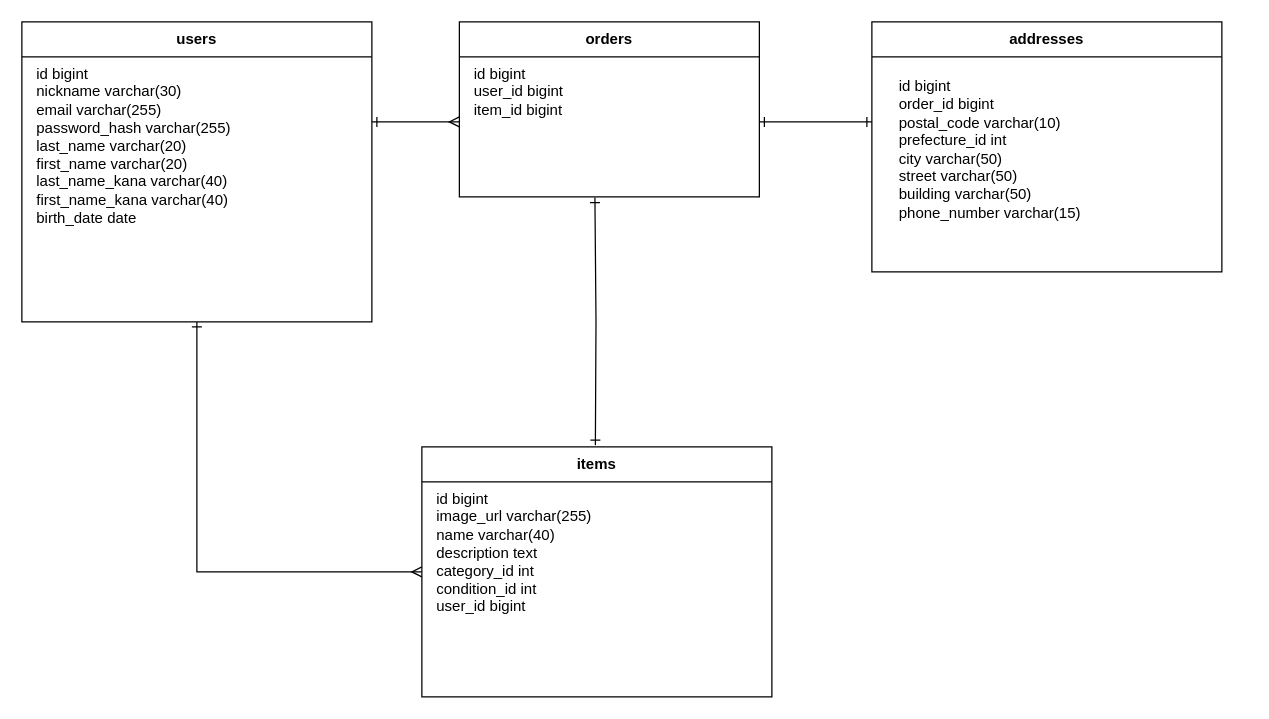
Earlier version of the draw.io diagram app/er.dio (tensyokuneko/furima-42326). Source tidied: cells renumbered, new cells numbered last; positions are measured from the earlier drawing's top-left corner, leaving out a move shared by most shapes. Both pictures are drawn from the tidied source at 125%, with x=0, y=0 at pixel (21, 21).
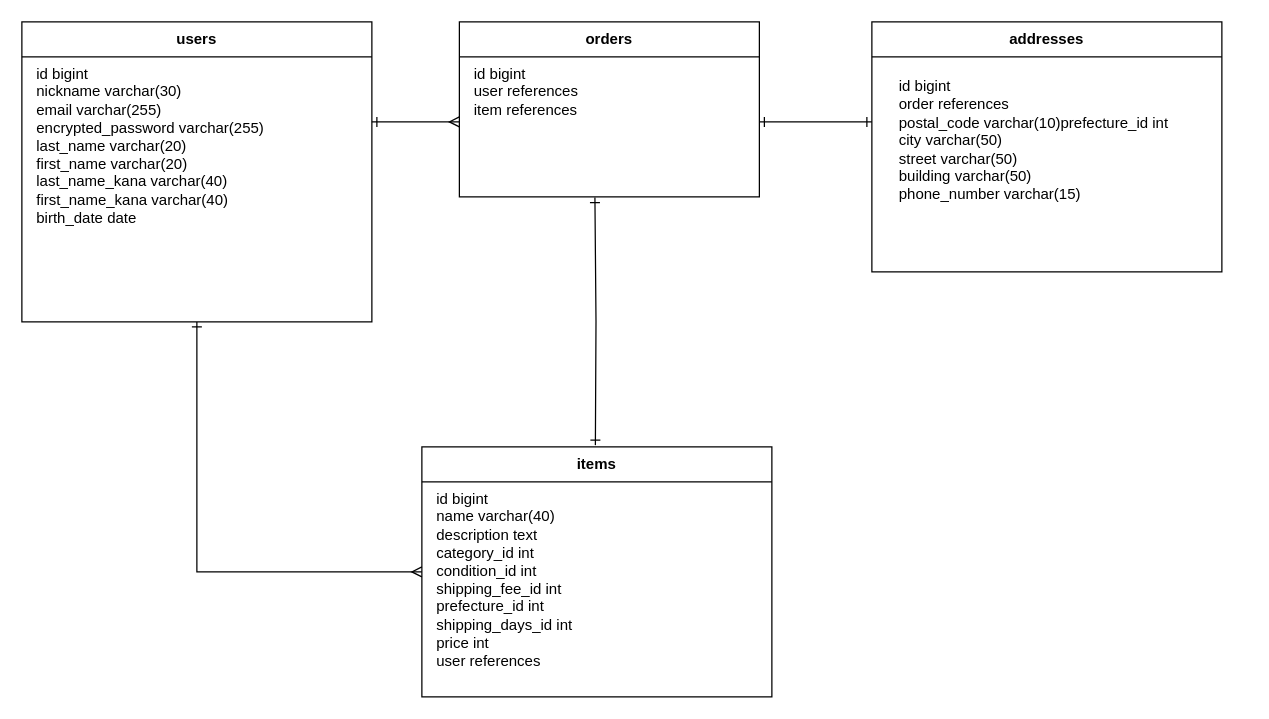
Above is the later version.

What changed in the source:
```diff
@@
 <mxGraphModel>
   <root>
     <mxCell id="0" />
     <mxCell id="1" parent="0" />
     <mxCell id="2" value="users" style="shape=swimlane;horizontal=1;rounded=0;whiteSpace=wrap;fillColor=none;strokeColor=#000000;startSize=28;fontStyle=1;" parent="1" vertex="1">
       <mxGeometry width="280" height="240" as="geometry" />
     </mxCell>
-    <mxCell id="3" value="id bigint&#10;nickname varchar(30)&#10;email varchar(255)&#10;password_hash varchar(255)&#10;last_name varchar(20)&#10;first_name varchar(20)&#10;last_name_kana varchar(40)&#10;first_name_kana varchar(40)&#10;birth_date date" style="whiteSpace=wrap;align=left;verticalAlign=top;fillColor=none;strokeColor=none;" parent="2" vertex="1">
+    <mxCell id="3" value="id bigint&#10;nickname varchar(30)&#10;email varchar(255)&#10;encrypted_password varchar(255)&#10;last_name varchar(20)&#10;first_name varchar(20)&#10;last_name_kana varchar(40)&#10;first_name_kana varchar(40)&#10;birth_date date&#10;" style="whiteSpace=wrap;align=left;verticalAlign=top;fillColor=none;strokeColor=none;" parent="2" vertex="1">
       <mxGeometry x="10" y="28" width="280" height="212" as="geometry" />
     </mxCell>
     <mxCell id="4" value="items" style="shape=swimlane;horizontal=1;rounded=0;whiteSpace=wrap;fillColor=none;strokeColor=#000000;startSize=28;fontStyle=1;portConstraint=eastwest;" parent="1" vertex="1">
       <mxGeometry x="320" y="340" width="280" height="200" as="geometry" />
     </mxCell>
-    <mxCell id="5" value="id bigint&#10;image_url varchar(255)&#10;name varchar(40)&#10;description text&#10;category_id int&#10;condition_id int&#10;user_id bigint" style="whiteSpace=wrap;align=left;verticalAlign=top;fillColor=none;strokeColor=none;" parent="4" vertex="1">
+    <mxCell id="5" value="id bigint&#10;name varchar(40)&#10;description text&#10;category_id int&#10;condition_id int&#10;shipping_fee_id int&#10;prefecture_id int&#10;shipping_days_id int&#10;price int&#10;user references&#10;" style="whiteSpace=wrap;align=left;verticalAlign=top;fillColor=none;strokeColor=none;" parent="4" vertex="1">
       <mxGeometry x="10" y="28" width="280" height="172" as="geometry" />
     </mxCell>
     <mxCell id="6" value="orders" style="shape=swimlane;horizontal=1;rounded=0;whiteSpace=wrap;fillColor=none;strokeColor=#000000;startSize=28;fontStyle=1;" parent="1" vertex="1">
       <mxGeometry x="350" width="240" height="140" as="geometry" />
     </mxCell>
-    <mxCell id="7" value="id bigint&#10;user_id bigint&#10;item_id bigint" style="whiteSpace=wrap;align=left;verticalAlign=top;fillColor=none;strokeColor=none;" parent="6" vertex="1">
+    <mxCell id="7" value="id bigint&#10;user references&#10;item references&#10;" style="whiteSpace=wrap;align=left;verticalAlign=top;fillColor=none;strokeColor=none;" parent="6" vertex="1">
       <mxGeometry x="10" y="28" width="230" height="112" as="geometry" />
     </mxCell>
     <mxCell id="8" value="addresses" style="shape=swimlane;horizontal=1;rounded=0;whiteSpace=wrap;fillColor=none;strokeColor=#000000;startSize=28;fontStyle=1;" parent="1" vertex="1">
       <mxGeometry x="680" width="280" height="200" as="geometry" />
     </mxCell>
-    <mxCell id="9" value="id bigint&#10;order_id bigint&#10;postal_code varchar(10)&#10;prefecture_id int&#10;city varchar(50)&#10;street varchar(50)&#10;building varchar(50)&#10;phone_number varchar(15)" style="whiteSpace=wrap;align=left;verticalAlign=top;fillColor=none;strokeColor=none;" parent="8" vertex="1">
+    <mxCell id="9" value="id bigint&#10;order references&#10;postal_code varchar(10)prefecture_id int&#10;city varchar(50)&#10;street varchar(50)&#10;building varchar(50)&#10;phone_number varchar(15)" style="whiteSpace=wrap;align=left;verticalAlign=top;fillColor=none;strokeColor=none;" parent="8" vertex="1">
       <mxGeometry x="20" y="38" width="280" height="172" as="geometry" />
     </mxCell>
     <mxCell id="10" style="edgeStyle=orthogonalEdgeStyle;rounded=0;strokeColor=#000000;html=1;startArrow=ERone;startFill=1;endArrow=ERmany;endFill=1;" parent="1" edge="1" target="4">
       <mxGeometry relative="1" as="geometry">
         <mxPoint x="140" y="240" as="sourcePoint" />
         <Array as="points">
           <mxPoint x="140" y="240" />
           <mxPoint x="140" y="440" />
         </Array>
       </mxGeometry>
     </mxCell>
     <mxCell id="11" style="edgeStyle=orthogonalEdgeStyle;rounded=0;strokeColor=#000000;html=1;startArrow=ERone;startFill=1;endArrow=ERmany;endFill=1;" parent="1" edge="1">
       <mxGeometry relative="1" as="geometry">
         <mxPoint x="280" y="80" as="sourcePoint" />
         <mxPoint x="350" y="80" as="targetPoint" />
         <Array as="points">
           <mxPoint x="290" y="80" />
         </Array>
       </mxGeometry>
     </mxCell>
     <mxCell id="12" style="edgeStyle=orthogonalEdgeStyle;rounded=0;strokeColor=#000000;html=1;startArrow=ERone;startFill=1;endArrow=ERone;endFill=1;entryX=0.428;entryY=1.005;entryDx=0;entryDy=0;exitX=0.428;exitY=-0.007;exitDx=0;exitDy=0;exitPerimeter=0;entryPerimeter=0;" parent="1" edge="1" target="7">
       <mxGeometry relative="1" as="geometry">
         <mxPoint x="458.8" y="338.6" as="sourcePoint" />
       </mxGeometry>
     </mxCell>
     <mxCell id="13" style="rounded=0;strokeColor=#000000;html=1;startArrow=ERone;startFill=1;endArrow=ERone;endFill=1;" parent="1" edge="1">
       <mxGeometry relative="1" as="geometry">
         <mxPoint x="590" y="80" as="sourcePoint" />
         <mxPoint x="680" y="80" as="targetPoint" />
       </mxGeometry>
     </mxCell>
   </root>
 </mxGraphModel>
```
